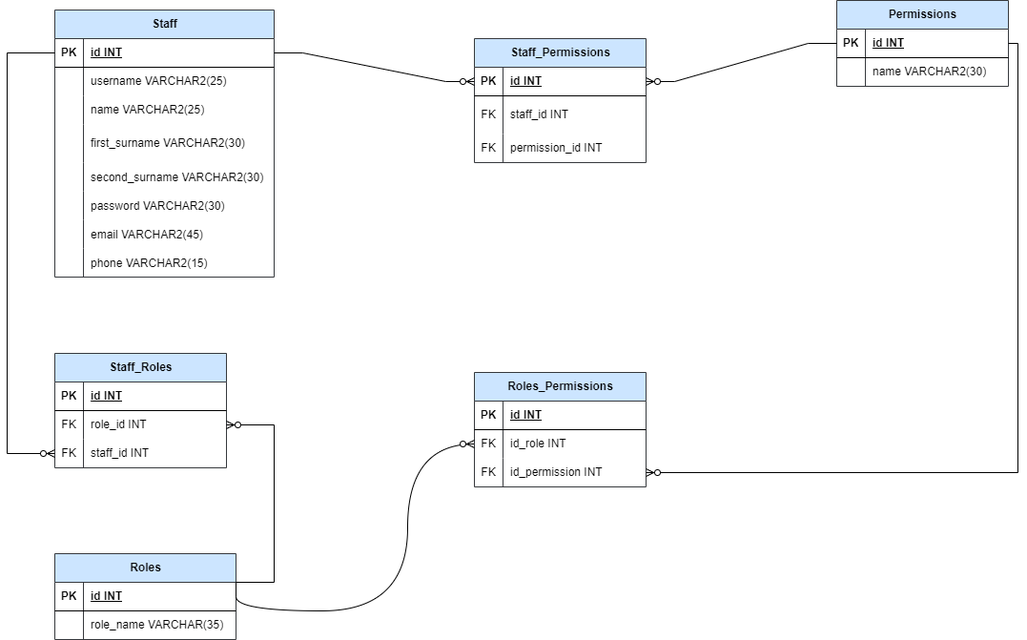
Before: adminpanel-relational-model-db.png, a diagram exported from draw.io (ivansanmartin/ivsm-ecommerce-info). Source tidied: cells renumbered, new cells last; positions are measured from the earlier drawing's top-left corner, leaving out a move shared by most shapes.
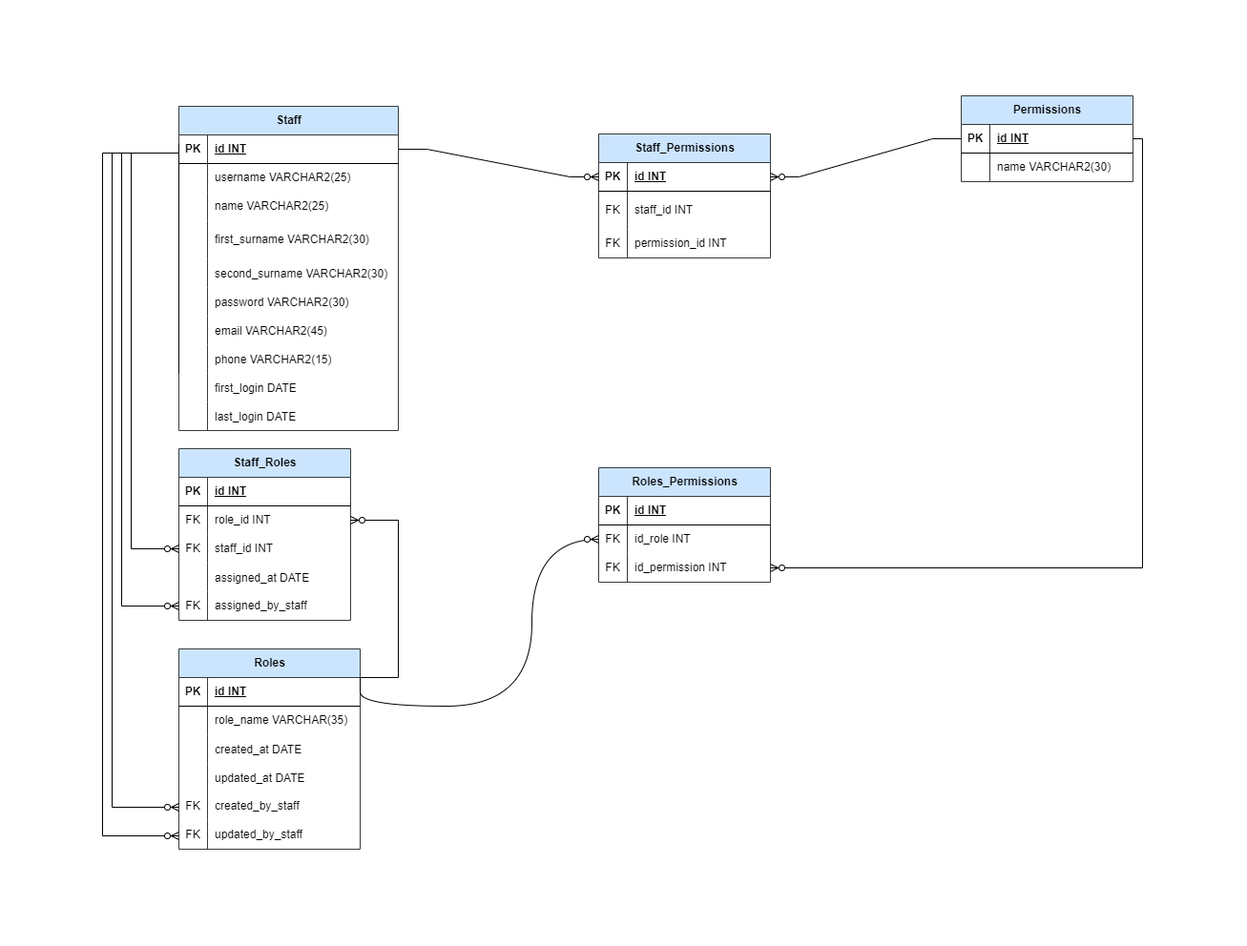
Later version of the same file.

Commit message:
update: admin panel and ecommerce relational model updated

Change to the diagram source:
```diff
@@ -3,7 +3,7 @@
     <mxCell id="0" />
     <mxCell id="1" parent="0" />
     <mxCell id="2" value="Staff" style="shape=table;startSize=30;rowLines=0;fontStyle=1;align=center;html=1;fillColor=#cce5ff;strokeColor=#36393d;" parent="1" vertex="1">
-      <mxGeometry x="50" y="10" width="230" height="280" as="geometry" />
+      <mxGeometry x="50" y="11" width="230" height="340" as="geometry" />
     </mxCell>
     <mxCell id="3" style="shape=tableRow;horizontal=0;startSize=0;swimlaneHead=0;swimlaneBody=0;fillColor=none;points=[[0,0.5],[1,0.5]];portConstraint=eastwest;top=0;left=0;right=0;bottom=1;" parent="2" vertex="1">
       <mxGeometry y="30" width="230" height="30" as="geometry" />
@@ -77,6 +77,24 @@
     <mxCell id="26" value="phone VARCHAR2(15)" style="shape=partialRectangle;fillColor=none;top=0;left=0;bottom=0;right=0;align=left;spacingLeft=6;overflow=hidden;" parent="24" vertex="1">
       <mxGeometry x="30" width="200" height="30" as="geometry" />
     </mxCell>
+    <mxCell id="77" style="shape=tableRow;horizontal=0;startSize=0;swimlaneHead=0;swimlaneBody=0;fillColor=none;top=0;left=0;right=0;bottom=0;" parent="2" vertex="1">
+      <mxGeometry y="280" width="230" height="30" as="geometry" />
+    </mxCell>
+    <mxCell id="78" style="shape=partialRectangle;fillColor=none;top=0;left=0;bottom=0;right=0;overflow=hidden;" parent="77" vertex="1">
+      <mxGeometry width="30" height="30" as="geometry" />
+    </mxCell>
+    <mxCell id="79" value="first_login DATE" style="shape=partialRectangle;fillColor=none;top=0;left=0;bottom=0;right=0;align=left;spacingLeft=6;overflow=hidden;" parent="77" vertex="1">
+      <mxGeometry x="30" width="200" height="30" as="geometry" />
+    </mxCell>
+    <mxCell id="80" style="shape=tableRow;horizontal=0;startSize=0;swimlaneHead=0;swimlaneBody=0;fillColor=none;top=0;left=0;right=0;bottom=0;" parent="2" vertex="1">
+      <mxGeometry y="310" width="230" height="30" as="geometry" />
+    </mxCell>
+    <mxCell id="81" style="shape=partialRectangle;fillColor=none;top=0;left=0;bottom=0;right=0;overflow=hidden;" parent="80" vertex="1">
+      <mxGeometry width="30" height="30" as="geometry" />
+    </mxCell>
+    <mxCell id="82" value="last_login DATE" style="shape=partialRectangle;fillColor=none;top=0;left=0;bottom=0;right=0;align=left;spacingLeft=6;overflow=hidden;" parent="80" vertex="1">
+      <mxGeometry x="30" width="200" height="30" as="geometry" />
+    </mxCell>
     <mxCell id="27" value="Staff_Permissions" style="shape=table;startSize=30;rowLines=0;fontStyle=1;align=center;html=1;fillColor=#cce5ff;strokeColor=#36393d;" parent="1" vertex="1">
       <mxGeometry x="490" y="40" width="180" height="130" as="geometry" />
     </mxCell>
@@ -129,7 +147,7 @@
       <mxGeometry x="30" width="150" height="30" as="geometry" />
     </mxCell>
     <mxCell id="44" value="Staff_Roles" style="shape=table;startSize=30;rowLines=0;fontStyle=1;align=center;html=1;fillColor=#cce5ff;strokeColor=#36393d;" parent="1" vertex="1">
-      <mxGeometry x="50" y="370" width="180" height="120" as="geometry" />
+      <mxGeometry x="50" y="370" width="180" height="180" as="geometry" />
     </mxCell>
     <mxCell id="45" style="shape=tableRow;horizontal=0;startSize=0;swimlaneHead=0;swimlaneBody=0;fillColor=none;top=0;left=0;right=0;bottom=1;" parent="44" vertex="1">
       <mxGeometry y="30" width="180" height="30" as="geometry" />
@@ -158,6 +176,24 @@
     <mxCell id="53" value="staff_id INT" style="shape=partialRectangle;fillColor=none;top=0;left=0;bottom=0;right=0;align=left;spacingLeft=6;fontStyle=0;overflow=hidden;whiteSpace=wrap;html=1;" parent="51" vertex="1">
       <mxGeometry x="30" width="150" height="30" as="geometry" />
     </mxCell>
+    <mxCell id="83" style="shape=tableRow;horizontal=0;startSize=0;swimlaneHead=0;swimlaneBody=0;fillColor=none;top=0;left=0;right=0;bottom=0;" parent="44" vertex="1">
+      <mxGeometry y="120" width="180" height="30" as="geometry" />
+    </mxCell>
+    <mxCell id="84" style="shape=partialRectangle;fillColor=none;top=0;left=0;bottom=0;right=0;overflow=hidden;" parent="83" vertex="1">
+      <mxGeometry width="30" height="30" as="geometry" />
+    </mxCell>
+    <mxCell id="85" value="assigned_at DATE" style="shape=partialRectangle;fillColor=none;top=0;left=0;bottom=0;right=0;align=left;spacingLeft=6;overflow=hidden;" parent="83" vertex="1">
+      <mxGeometry x="30" width="150" height="30" as="geometry" />
+    </mxCell>
+    <mxCell id="86" style="shape=tableRow;horizontal=0;startSize=0;swimlaneHead=0;swimlaneBody=0;fillColor=none;points=[[0,0.5],[1,0.5]];portConstraint=eastwest;top=0;left=0;right=0;bottom=0;" parent="44" vertex="1">
+      <mxGeometry y="150" width="180" height="30" as="geometry" />
+    </mxCell>
+    <mxCell id="87" value="FK" style="shape=partialRectangle;fillColor=none;top=0;left=0;bottom=0;right=0;fontStyle=0;overflow=hidden;whiteSpace=wrap;html=1;" parent="86" vertex="1">
+      <mxGeometry width="30" height="30" as="geometry" />
+    </mxCell>
+    <mxCell id="88" value="assigned_by_staff" style="shape=partialRectangle;fillColor=none;top=0;left=0;bottom=0;right=0;align=left;spacingLeft=6;fontStyle=0;overflow=hidden;whiteSpace=wrap;html=1;" parent="86" vertex="1">
+      <mxGeometry x="30" width="150" height="30" as="geometry" />
+    </mxCell>
     <mxCell id="54" value="Roles_Permissions" style="shape=table;startSize=30;rowLines=0;fontStyle=1;align=center;html=1;fillColor=#cce5ff;strokeColor=#36393d;" parent="1" vertex="1">
       <mxGeometry x="490" y="390" width="180" height="120" as="geometry" />
     </mxCell>
@@ -189,7 +225,7 @@
       <mxGeometry x="30" width="150" height="30" as="geometry" />
     </mxCell>
     <mxCell id="64" value="Roles" style="shape=table;startSize=30;rowLines=0;fontStyle=1;align=center;html=1;fillColor=#cce5ff;strokeColor=#36393d;" parent="1" vertex="1">
-      <mxGeometry x="50" y="580" width="190" height="90" as="geometry" />
+      <mxGeometry x="50" y="580" width="190" height="210" as="geometry" />
     </mxCell>
     <mxCell id="65" style="shape=tableRow;horizontal=0;startSize=0;swimlaneHead=0;swimlaneBody=0;fillColor=none;points=[[0,0.5],[1,0.5]];portConstraint=eastwest;top=0;left=0;right=0;bottom=1;" parent="64" vertex="1">
       <mxGeometry y="30" width="190" height="30" as="geometry" />
@@ -209,6 +245,42 @@
     <mxCell id="70" value="role_name VARCHAR(35)" style="shape=partialRectangle;fillColor=none;top=0;left=0;bottom=0;right=0;align=left;spacingLeft=6;overflow=hidden;whiteSpace=wrap;html=1;" parent="68" vertex="1">
       <mxGeometry x="30" width="160" height="30" as="geometry" />
     </mxCell>
+    <mxCell id="89" style="shape=tableRow;horizontal=0;startSize=0;swimlaneHead=0;swimlaneBody=0;fillColor=none;top=0;left=0;right=0;bottom=0;" parent="64" vertex="1">
+      <mxGeometry y="90" width="190" height="30" as="geometry" />
+    </mxCell>
+    <mxCell id="90" style="shape=partialRectangle;fillColor=none;top=0;left=0;bottom=0;right=0;overflow=hidden;" parent="89" vertex="1">
+      <mxGeometry width="30" height="30" as="geometry" />
+    </mxCell>
+    <mxCell id="91" value="created_at DATE" style="shape=partialRectangle;fillColor=none;top=0;left=0;bottom=0;right=0;align=left;spacingLeft=6;overflow=hidden;" parent="89" vertex="1">
+      <mxGeometry x="30" width="160" height="30" as="geometry" />
+    </mxCell>
+    <mxCell id="92" style="shape=tableRow;horizontal=0;startSize=0;swimlaneHead=0;swimlaneBody=0;fillColor=none;top=0;left=0;right=0;bottom=0;" parent="64" vertex="1">
+      <mxGeometry y="120" width="190" height="30" as="geometry" />
+    </mxCell>
+    <mxCell id="93" style="shape=partialRectangle;fillColor=none;top=0;left=0;bottom=0;right=0;overflow=hidden;" parent="92" vertex="1">
+      <mxGeometry width="30" height="30" as="geometry" />
+    </mxCell>
+    <mxCell id="94" value="updated_at DATE" style="shape=partialRectangle;fillColor=none;top=0;left=0;bottom=0;right=0;align=left;spacingLeft=6;overflow=hidden;" parent="92" vertex="1">
+      <mxGeometry x="30" width="160" height="30" as="geometry" />
+    </mxCell>
+    <mxCell id="95" style="shape=tableRow;horizontal=0;startSize=0;swimlaneHead=0;swimlaneBody=0;fillColor=none;top=0;left=0;right=0;bottom=0;" parent="64" vertex="1">
+      <mxGeometry y="150" width="190" height="30" as="geometry" />
+    </mxCell>
+    <mxCell id="96" value="FK" style="shape=partialRectangle;fillColor=none;top=0;left=0;bottom=0;right=0;fontStyle=0;overflow=hidden;whiteSpace=wrap;html=1;" parent="95" vertex="1">
+      <mxGeometry width="30" height="30" as="geometry" />
+    </mxCell>
+    <mxCell id="97" value="created_by_staff&amp;nbsp;" style="shape=partialRectangle;fillColor=none;top=0;left=0;bottom=0;right=0;align=left;spacingLeft=6;fontStyle=0;overflow=hidden;whiteSpace=wrap;html=1;" parent="95" vertex="1">
+      <mxGeometry x="30" width="160" height="30" as="geometry" />
+    </mxCell>
+    <mxCell id="98" style="shape=tableRow;horizontal=0;startSize=0;swimlaneHead=0;swimlaneBody=0;fillColor=none;top=0;left=0;right=0;bottom=0;" parent="64" vertex="1">
+      <mxGeometry y="180" width="190" height="30" as="geometry" />
+    </mxCell>
+    <mxCell id="99" value="FK" style="shape=partialRectangle;fillColor=none;top=0;left=0;bottom=0;right=0;fontStyle=0;overflow=hidden;whiteSpace=wrap;html=1;" parent="98" vertex="1">
+      <mxGeometry width="30" height="30" as="geometry" />
+    </mxCell>
+    <mxCell id="100" value="updated_by_staff" style="shape=partialRectangle;fillColor=none;top=0;left=0;bottom=0;right=0;align=left;spacingLeft=6;fontStyle=0;overflow=hidden;whiteSpace=wrap;html=1;" parent="98" vertex="1">
+      <mxGeometry x="30" width="160" height="30" as="geometry" />
+    </mxCell>
     <mxCell id="71" style="edgeStyle=entityRelationEdgeStyle;fontSize=12;html=1;endArrow=ERzeroToMany;endFill=1;rounded=0;entryX=0;entryY=0.5;entryDx=0;entryDy=0;exitX=1;exitY=0.5;exitDx=0;exitDy=0;" parent="1" edge="1" source="3" target="28">
       <mxGeometry relative="1" as="geometry" />
     </mxCell>
@@ -218,7 +290,8 @@
     <mxCell id="73" style="edgeStyle=orthogonalEdgeStyle;fontSize=12;html=1;endArrow=ERzeroToMany;endFill=1;rounded=0;entryX=0;entryY=0.5;entryDx=0;entryDy=0;exitX=0;exitY=0.5;exitDx=0;exitDy=0;" parent="1" edge="1" source="3" target="51">
       <mxGeometry relative="1" as="geometry">
         <Array as="points">
-          <mxPoint y="55" />
+          <mxPoint x="50" y="60" />
+          <mxPoint y="60" />
           <mxPoint y="475" />
         </Array>
       </mxGeometry>
@@ -244,5 +317,37 @@
         </Array>
       </mxGeometry>
     </mxCell>
+    <mxCell id="101" style="edgeStyle=orthogonalEdgeStyle;fontSize=12;html=1;endArrow=ERzeroToMany;endFill=1;rounded=0;entryX=0;entryY=0.5;entryDx=0;entryDy=0;" parent="1" edge="1" target="86">
+      <mxGeometry relative="1" as="geometry">
+        <mxPoint x="50" y="50" as="sourcePoint" />
+        <Array as="points">
+          <mxPoint x="50" y="60" />
+          <mxPoint x="-10" y="60" />
+          <mxPoint x="-10" y="535" />
+        </Array>
+      </mxGeometry>
+    </mxCell>
+    <mxCell id="102" style="edgeStyle=orthogonalEdgeStyle;fontSize=12;html=1;endArrow=ERzeroToMany;endFill=1;rounded=0;entryX=0;entryY=0.5;entryDx=0;entryDy=0;" parent="1" edge="1">
+      <mxGeometry relative="1" as="geometry">
+        <mxPoint x="50" y="261" as="sourcePoint" />
+        <mxPoint x="50" y="746" as="targetPoint" />
+        <Array as="points">
+          <mxPoint x="50" y="60" />
+          <mxPoint x="-20" y="60" />
+          <mxPoint x="-20" y="746" />
+        </Array>
+      </mxGeometry>
+    </mxCell>
+    <mxCell id="103" style="edgeStyle=orthogonalEdgeStyle;fontSize=12;html=1;endArrow=ERzeroToMany;endFill=1;rounded=0;entryX=0;entryY=0.5;entryDx=0;entryDy=0;" parent="1" edge="1">
+      <mxGeometry relative="1" as="geometry">
+        <mxPoint x="50" y="291" as="sourcePoint" />
+        <mxPoint x="50" y="776" as="targetPoint" />
+        <Array as="points">
+          <mxPoint x="50" y="60" />
+          <mxPoint x="-30" y="60" />
+          <mxPoint x="-30" y="776" />
+        </Array>
+      </mxGeometry>
+    </mxCell>
   </root>
 </mxGraphModel>
```
